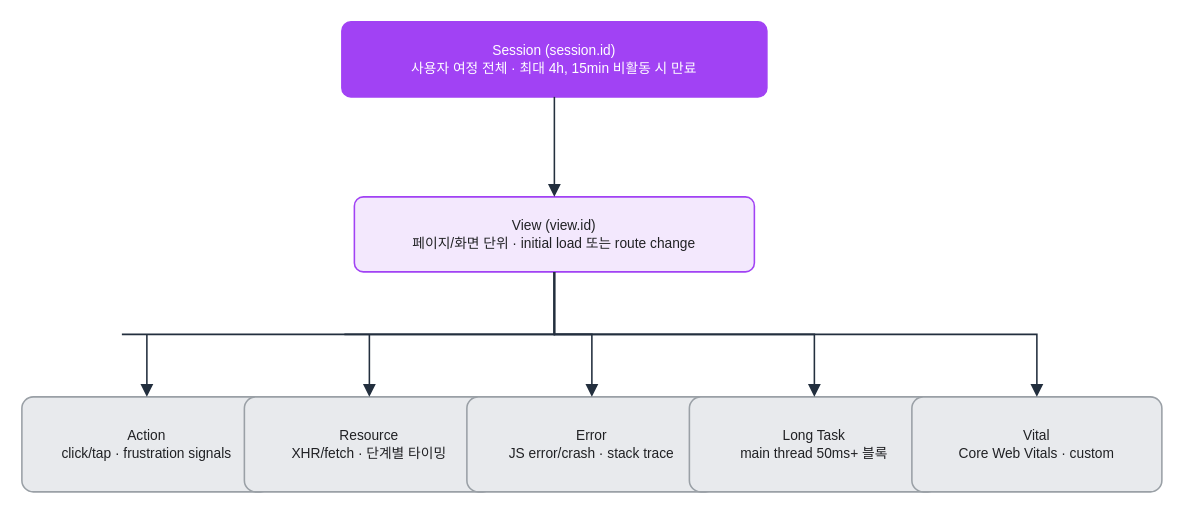
Above: assets/img/observability/datadog-rum-01-data-model.drawio in KKamJi98/kkamji98.github.io (draw.io), before the change. Source tidied: cells renumbered, new cells numbered last; positions are measured from the earlier drawing's top-left corner, leaving out a move shared by most shapes. Both pictures are drawn from the tidied source at 125%, with x=0, y=0 at pixel (21, 21).
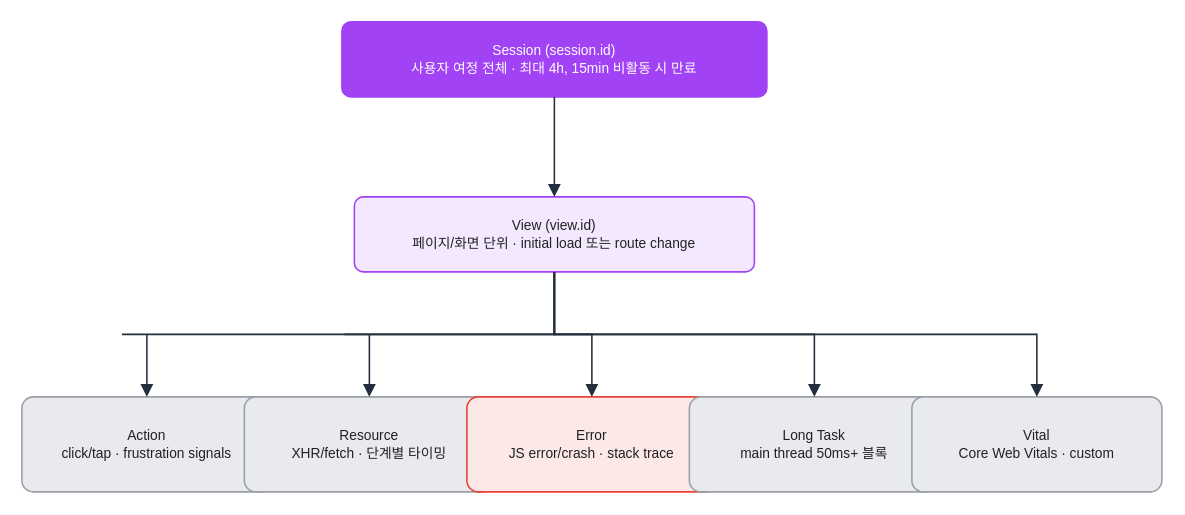
Above is the later version.

Diff of the diagram source:
```diff
@@
-    <mxCell id="6" value="Error&#10;JS error/crash · stack trace" style="rounded=1;whiteSpace=wrap;html=0;arcSize=12;shadow=0;fillColor=#E8EAED;strokeColor=#9AA0A6;fontColor=#202124;fontSize=11;verticalAlign=middle;strokeWidth=1.25;" parent="1" vertex="1">
+    <mxCell id="6" value="Error&#10;JS error/crash · stack trace" style="rounded=1;whiteSpace=wrap;html=0;arcSize=12;shadow=0;fillColor=#FCE8E6;strokeColor=#EA4335;fontColor=#202124;fontSize=11;verticalAlign=middle;strokeWidth=1.25;" parent="1" vertex="1">
       <mxGeometry x="356" y="300" width="200" height="76" as="geometry" />
     </mxCell>
```
